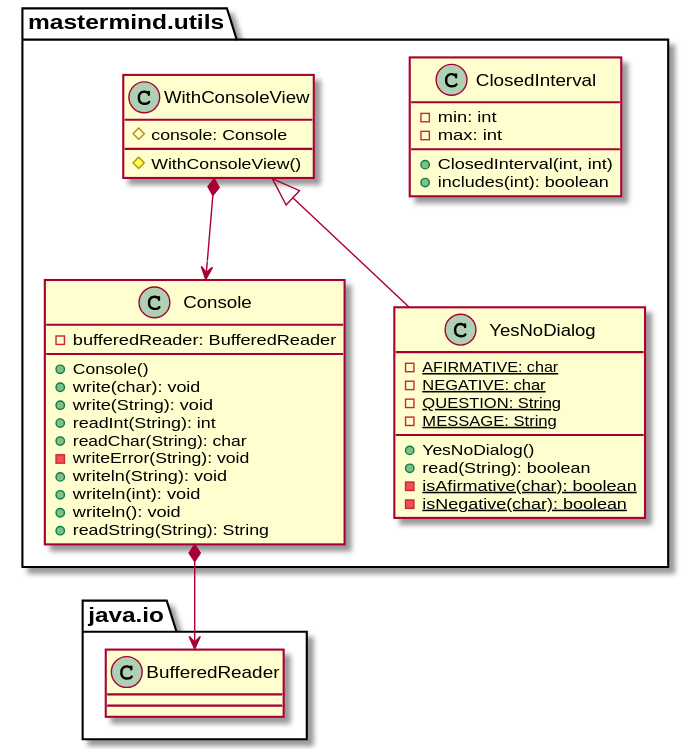
The PlantUML diagram documentView/console/docs/diagrams/out/paquetes/mastermind.utils.svg in SantaTecla-mastermind/solution.java.swing.socket.sql, before a commit. The source it was exported from:
```plantuml
@startuml
class  mastermind.utils.ClosedInterval{
- min: int
- max: int
+ ClosedInterval(int, int)
+ includes(int): boolean
}

class  mastermind.utils.Console{
- bufferedReader: BufferedReader
+ Console()
+ write(char): void
+ write(String): void
+ readInt(String): int
+ readChar(String): char
- writeError(String): void
+ writeln(String): void
+ writeln(int): void
+ writeln(): void
+ readString(String): String
}
mastermind.utils.Console *-down-> java.io.BufferedReader

class  mastermind.utils.WithConsoleView{
# console: Console
# WithConsoleView()
}
mastermind.utils.WithConsoleView *-down-> mastermind.utils.Console

class  mastermind.utils.YesNoDialog{
- {static} AFIRMATIVE: char
- {static} NEGATIVE: char
- {static} QUESTION: String
- {static} MESSAGE: String
+ YesNoDialog()
+ read(String): boolean
- {static} isAfirmative(char): boolean
- {static} isNegative(char): boolean
}
mastermind.utils.WithConsoleView <|-down- mastermind.utils.YesNoDialog
@enduml
```
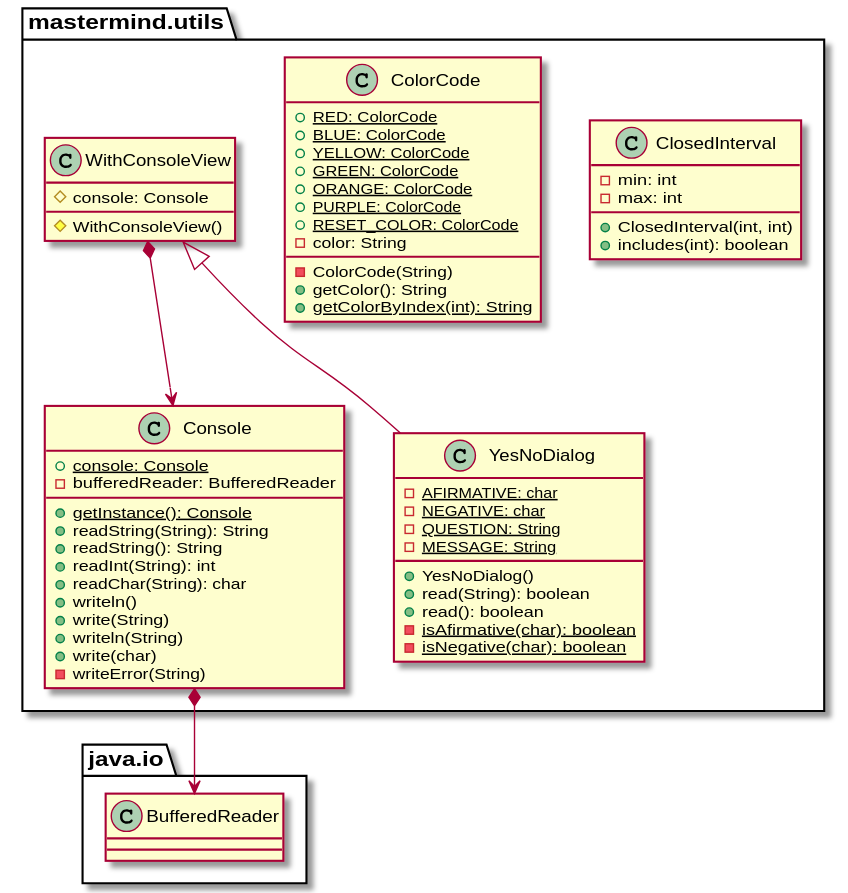
After the change.

What changed in the source:
```diff
@@ -6,18 +6,33 @@
 + includes(int): boolean
 }
 
+class  mastermind.utils.ColorCode{
++ {static} RED: ColorCode
++ {static} BLUE: ColorCode
++ {static} YELLOW: ColorCode
++ {static} GREEN: ColorCode
++ {static} ORANGE: ColorCode
++ {static} PURPLE: ColorCode
++ {static} RESET_COLOR: ColorCode
+- color: String
+- ColorCode(String)
++ getColor(): String
++ {static} getColorByIndex(int): String
+}
+
 class  mastermind.utils.Console{
++ {static} console: Console
 - bufferedReader: BufferedReader
-+ Console()
-+ write(char): void
-+ write(String): void
++ {static} getInstance(): Console
++ readString(String): String
++ readString(): String
 + readInt(String): int
 + readChar(String): char
-- writeError(String): void
-+ writeln(String): void
-+ writeln(int): void
-+ writeln(): void
-+ readString(String): String
++ writeln()
++ write(String)
++ writeln(String)
++ write(char)
+- writeError(String)
 }
 mastermind.utils.Console *-down-> java.io.BufferedReader
 
@@ -34,6 +49,7 @@
 - {static} MESSAGE: String
 + YesNoDialog()
 + read(String): boolean
++ read(): boolean
 - {static} isAfirmative(char): boolean
 - {static} isNegative(char): boolean
 }
```
